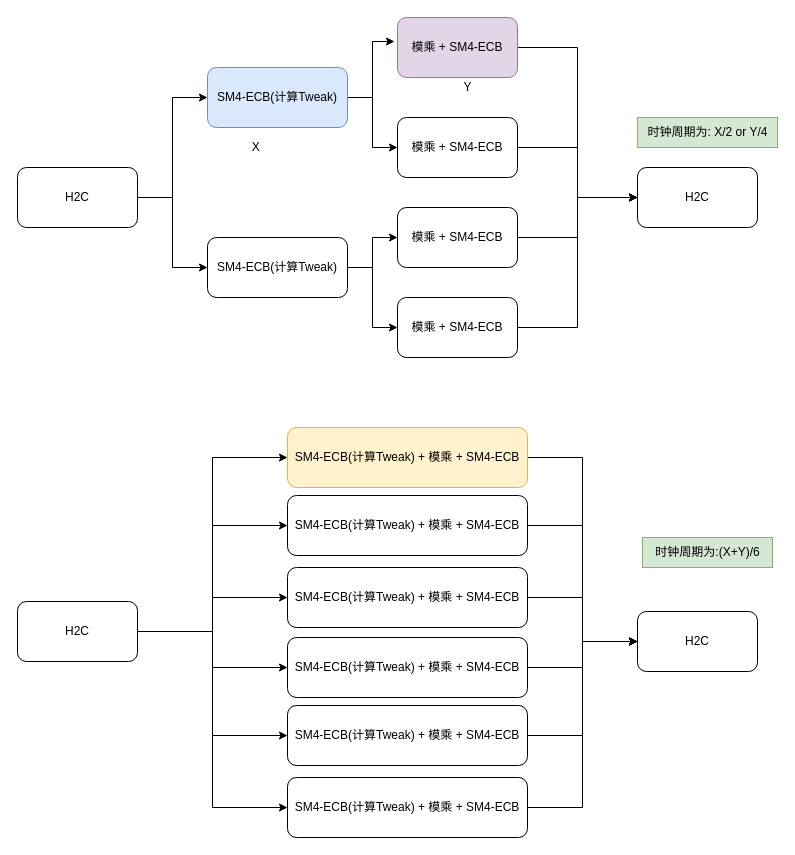
easycody/draw.io keeps this draw.io diagram as serica/SM4_XTS_PARALLEL.drawio. Above is the earlier version. Source tidied: cells renumbered, new cells numbered last; positions are measured from the earlier drawing's top-left corner, leaving out a move shared by most shapes. Both pictures are drawn from the tidied source at 100%, with x=0, y=0 at pixel (17, 17).
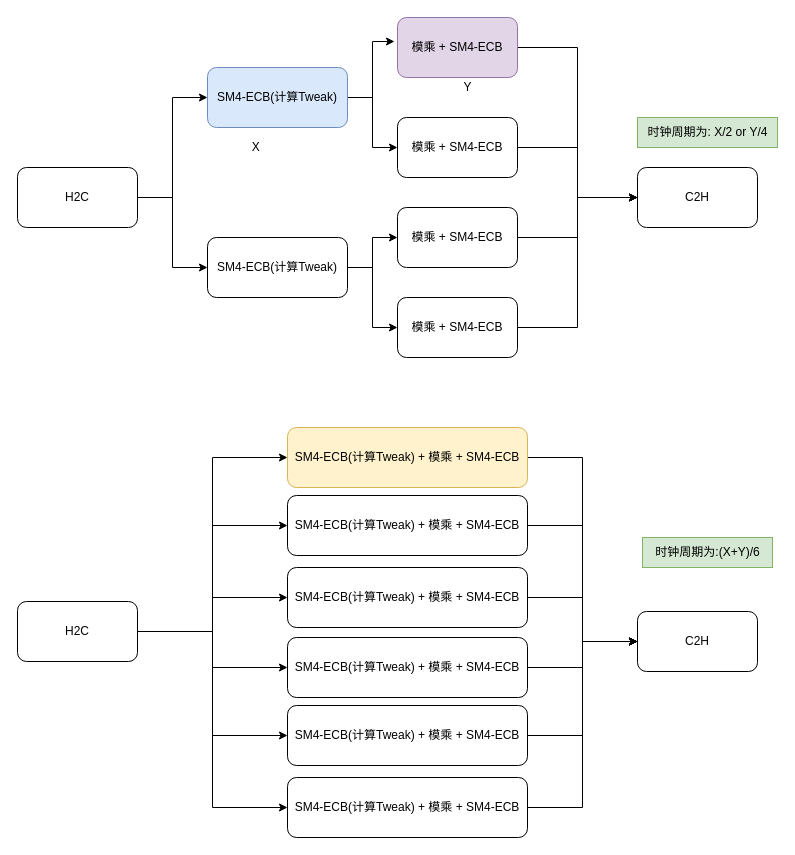
Above is the later version.

The edit, as a diff of the source:
```diff
@@
-    <mxCell id="19" value="H2C" style="rounded=1;whiteSpace=wrap;html=1;" parent="1" vertex="1">
+    <mxCell id="19" value="C2H" style="rounded=1;whiteSpace=wrap;html=1;" parent="1" vertex="1">
       <mxGeometry x="620" y="150" width="120" height="60" as="geometry" />
     </mxCell>
@@
-    <mxCell id="39" value="H2C" style="rounded=1;whiteSpace=wrap;html=1;" parent="1" vertex="1">
+    <mxCell id="39" value="C2H" style="rounded=1;whiteSpace=wrap;html=1;" parent="1" vertex="1">
       <mxGeometry x="620" y="594" width="120" height="60" as="geometry" />
     </mxCell>
```
